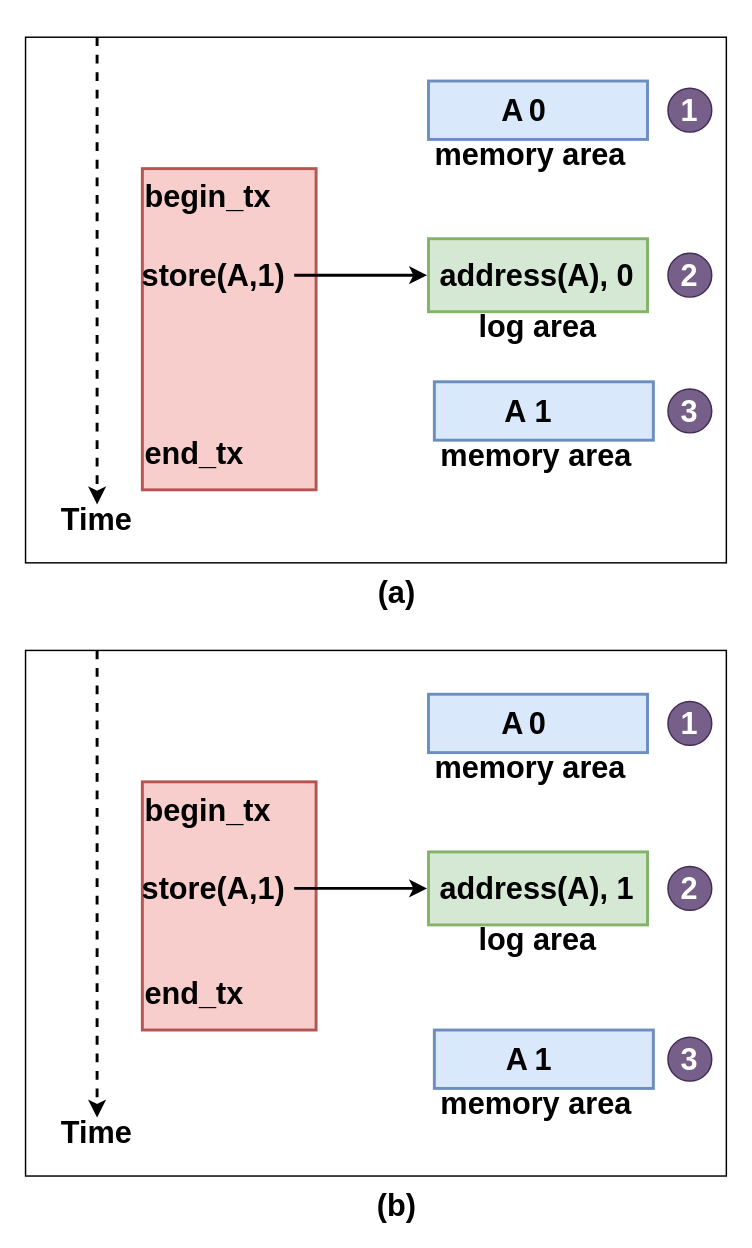
Before: system_diagram.drawio in arunkp1986/CAR3S, a draw.io diagram. Source tidied: cells renumbered, new cells numbered last; positions are measured from the earlier drawing's top-left corner, leaving out a move shared by most shapes. Both pictures are drawn from the tidied source at 146%, with x=0, y=0 at pixel (25, 36).
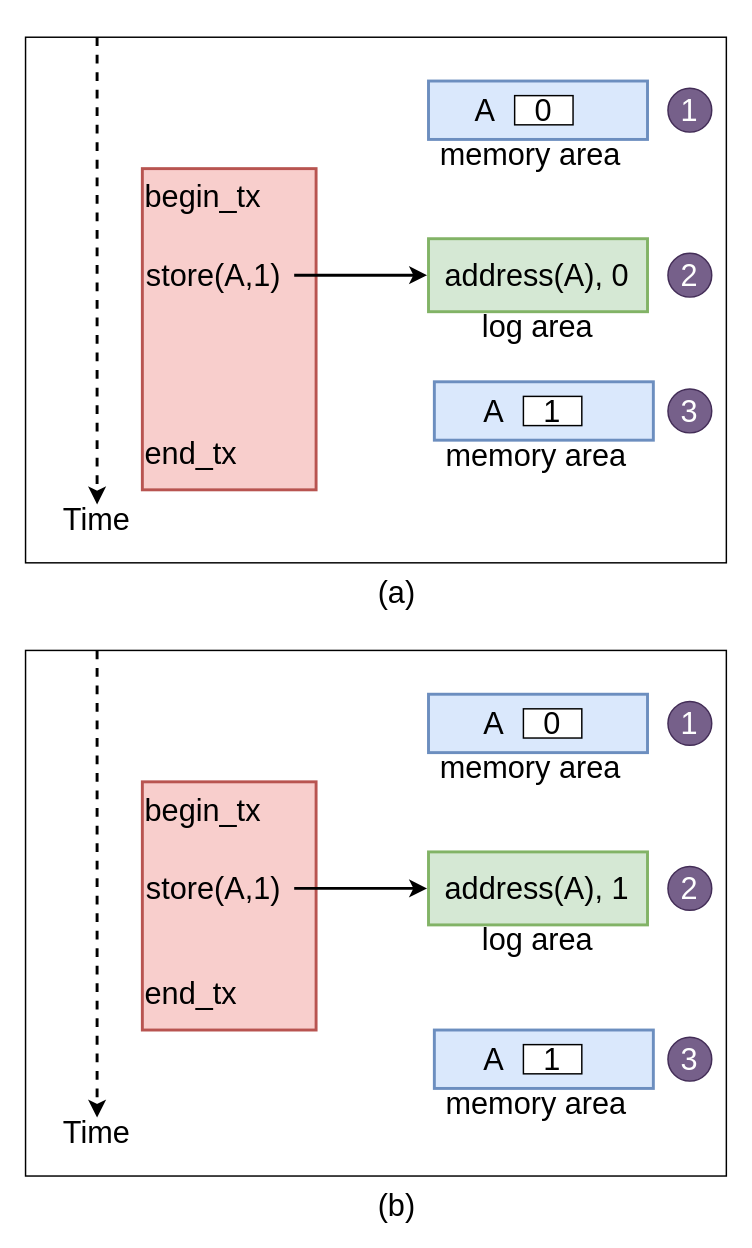
After the change.

Diff of the diagram source:
```diff
@@
-    <mxCell id="2" style="rounded=0;whiteSpace=wrap;html=1;fontSize=21;fontColor=#000000;align=left;fillColor=#FFFFFF;" parent="1" vertex="1">
+    <mxCell id="2" style="rounded=0;whiteSpace=wrap;html=1;fontSize=21;fontColor=#000000;align=left;fillColor=#FFFFFF;fontStyle=0;" parent="1" vertex="1">
       <mxGeometry width="480" height="360" as="geometry" />
     </mxCell>
-    <mxCell id="3" style="rounded=0;whiteSpace=wrap;html=1;fillColor=#d5e8d4;strokeColor=#82b366;strokeWidth=2;" parent="1" vertex="1">
+    <mxCell id="3" style="rounded=0;whiteSpace=wrap;html=1;fillColor=#d5e8d4;strokeColor=#82b366;strokeWidth=2;fontStyle=0;" parent="1" vertex="1">
       <mxGeometry x="276" y="138" width="150" height="50" as="geometry" />
     </mxCell>
-    <mxCell id="4" value="begin_tx&lt;br style=&quot;font-size: 21px&quot;&gt;&amp;nbsp;&lt;br&gt;&lt;br&gt;&lt;br&gt;&lt;span&gt;&lt;br&gt;&lt;br&gt;&lt;br&gt;end_tx&lt;/span&gt;" style="text;html=1;fillColor=#f8cecc;align=left;verticalAlign=top;whiteSpace=wrap;rounded=0;fontSize=21;strokeWidth=2;strokeColor=#b85450;fontStyle=1;" parent="1" vertex="1">
+    <mxCell id="4" value="begin_tx&lt;br style=&quot;font-size: 21px&quot;&gt;&amp;nbsp;&lt;br&gt;&lt;br&gt;&lt;br&gt;&lt;span&gt;&lt;br&gt;&lt;br&gt;&lt;br&gt;end_tx&lt;/span&gt;" style="text;html=1;fillColor=#f8cecc;align=left;verticalAlign=top;whiteSpace=wrap;rounded=0;fontSize=21;strokeWidth=2;strokeColor=#b85450;fontStyle=0;" parent="1" vertex="1">
       <mxGeometry x="80" y="90" width="119" height="220" as="geometry" />
     </mxCell>
-    <mxCell id="5" value="memory area" style="text;html=1;strokeColor=none;fillColor=none;align=center;verticalAlign=middle;whiteSpace=wrap;rounded=0;fontSize=21;fontStyle=1;" parent="1" vertex="1">
+    <mxCell id="5" value="memory area" style="text;html=1;strokeColor=none;fillColor=none;align=center;verticalAlign=middle;whiteSpace=wrap;rounded=0;fontSize=21;fontStyle=0;" parent="1" vertex="1">
       <mxGeometry x="276" y="70" width="140" height="20" as="geometry" />
     </mxCell>
-    <mxCell id="6" style="endArrow=classic;html=1;fontSize=21;strokeWidth=2;dashed=1;fontStyle=1;" parent="1" edge="1" target="10">
+    <mxCell id="6" style="endArrow=classic;html=1;fontSize=21;strokeWidth=2;dashed=1;fontStyle=0;" parent="1" edge="1" target="10">
       <mxGeometry relative="1" as="geometry">
         <mxPoint x="49" as="sourcePoint" />
       </mxGeometry>
     </mxCell>
-    <mxCell id="7" value="1" style="rounded=0;whiteSpace=wrap;html=1;fontSize=21;fillColor=#dae8fc;strokeColor=#6c8ebf;strokeWidth=2;fontStyle=1;" parent="1" vertex="1">
+    <mxCell id="7" style="rounded=0;whiteSpace=wrap;html=1;fontSize=21;fillColor=#dae8fc;strokeColor=#6c8ebf;strokeWidth=2;fontStyle=0;" parent="1" vertex="1">
       <mxGeometry x="280" y="236" width="150" height="40" as="geometry" />
     </mxCell>
-    <mxCell id="8" value="0" style="rounded=0;whiteSpace=wrap;html=1;fontSize=21;strokeWidth=2;fillColor=#dae8fc;strokeColor=#6c8ebf;fontStyle=1;" parent="1" vertex="1">
+    <mxCell id="8" style="rounded=0;whiteSpace=wrap;html=1;fontSize=21;strokeWidth=2;fillColor=#dae8fc;strokeColor=#6c8ebf;fontStyle=0;" parent="1" vertex="1">
       <mxGeometry x="276" y="30" width="150" height="40" as="geometry" />
     </mxCell>
-    <mxCell id="9" value="log area" style="text;html=1;strokeColor=none;fillColor=none;align=center;verticalAlign=middle;whiteSpace=wrap;rounded=0;fontSize=21;fontStyle=1;" parent="1" vertex="1">
+    <mxCell id="9" value="log area" style="text;html=1;strokeColor=none;fillColor=none;align=center;verticalAlign=middle;whiteSpace=wrap;rounded=0;fontSize=21;fontStyle=0;" parent="1" vertex="1">
       <mxGeometry x="301" y="188" width="100" height="20" as="geometry" />
     </mxCell>
-    <mxCell id="10" value="Time" style="text;html=1;strokeColor=none;fillColor=none;align=center;verticalAlign=middle;whiteSpace=wrap;rounded=0;fontSize=21;fontStyle=1;" parent="1" vertex="1">
+    <mxCell id="10" value="Time" style="text;html=1;strokeColor=none;fillColor=none;align=center;verticalAlign=middle;whiteSpace=wrap;rounded=0;fontSize=21;fontStyle=0;" parent="1" vertex="1">
       <mxGeometry x="29" y="320" width="40" height="20" as="geometry" />
     </mxCell>
-    <mxCell id="11" style="edgeStyle=orthogonalEdgeStyle;rounded=0;jettySize=auto;html=1;entryX=0;entryY=0.5;entryDx=0;entryDy=0;fontSize=21;fontColor=#000000;strokeWidth=2;" parent="1" edge="1" source="12" target="14">
+    <mxCell id="11" style="edgeStyle=orthogonalEdgeStyle;rounded=0;jettySize=auto;html=1;entryX=0;entryY=0.5;entryDx=0;entryDy=0;fontSize=21;fontColor=#000000;strokeWidth=2;fontStyle=0;" parent="1" edge="1" source="12" target="14">
       <mxGeometry relative="1" as="geometry" />
     </mxCell>
-    <mxCell id="12" value="store(A,1)" style="text;html=1;strokeColor=none;fillColor=none;align=center;verticalAlign=middle;whiteSpace=wrap;rounded=0;fontSize=21;fontStyle=1;" parent="1" vertex="1">
+    <mxCell id="12" value="store(A,1)" style="text;html=1;strokeColor=none;fillColor=none;align=center;verticalAlign=middle;whiteSpace=wrap;rounded=0;fontSize=21;fontStyle=0;" parent="1" vertex="1">
       <mxGeometry x="74" y="153" width="110" height="20" as="geometry" />
     </mxCell>
-    <mxCell id="13" value="(a)" style="text;html=1;strokeColor=none;fillColor=none;align=center;verticalAlign=middle;whiteSpace=wrap;rounded=0;fontSize=21;fontStyle=1;" parent="1" vertex="1">
+    <mxCell id="13" value="(a)" style="text;html=1;strokeColor=none;fillColor=none;align=center;verticalAlign=middle;whiteSpace=wrap;rounded=0;fontSize=21;fontStyle=0;" parent="1" vertex="1">
       <mxGeometry x="179" y="370" width="151" height="20" as="geometry" />
     </mxCell>
-    <mxCell id="14" value="address(A), 0" style="text;html=1;strokeColor=none;fillColor=none;align=center;verticalAlign=middle;whiteSpace=wrap;rounded=0;fontSize=21;fontStyle=1;" parent="1" vertex="1">
+    <mxCell id="14" value="address(A), 0" style="text;html=1;strokeColor=none;fillColor=none;align=center;verticalAlign=middle;whiteSpace=wrap;rounded=0;fontSize=21;fontStyle=0;" parent="1" vertex="1">
       <mxGeometry x="275" y="153" width="151" height="20" as="geometry" />
     </mxCell>
-    <mxCell id="15" value="memory area" style="text;html=1;strokeColor=none;fillColor=none;align=center;verticalAlign=middle;whiteSpace=wrap;rounded=0;fontSize=21;fontStyle=1;" parent="1" vertex="1">
+    <mxCell id="15" value="memory area" style="text;html=1;strokeColor=none;fillColor=none;align=center;verticalAlign=middle;whiteSpace=wrap;rounded=0;fontSize=21;fontStyle=0;" parent="1" vertex="1">
       <mxGeometry x="280" y="276" width="140" height="20" as="geometry" />
     </mxCell>
-    <mxCell id="16" value="A" style="text;html=1;strokeColor=none;fillColor=none;align=center;verticalAlign=middle;whiteSpace=wrap;rounded=0;fontSize=21;fontColor=#000000;fontStyle=1;" parent="1" vertex="1">
-      <mxGeometry x="314" y="40" width="40" height="20" as="geometry" />
+    <mxCell id="16" value="A" style="text;html=1;strokeColor=none;fillColor=none;align=center;verticalAlign=middle;whiteSpace=wrap;rounded=0;fontSize=21;fontColor=#000000;fontStyle=0;" parent="1" vertex="1">
+      <mxGeometry x="295" y="40" width="40" height="20" as="geometry" />
     </mxCell>
-    <mxCell id="17" value="A" style="text;html=1;strokeColor=none;fillColor=none;align=center;verticalAlign=middle;whiteSpace=wrap;rounded=0;fontSize=21;fontColor=#000000;fontStyle=1;" parent="1" vertex="1">
-      <mxGeometry x="316" y="246" width="40" height="20" as="geometry" />
-    </mxCell>
-    <mxCell id="18" value="3" style="ellipse;whiteSpace=wrap;html=1;fontSize=21;fontColor=#ffffff;fillColor=#76608a;align=center;fontStyle=1;strokeColor=#432D57;" parent="1" vertex="1">
+    <mxCell id="18" value="3" style="ellipse;whiteSpace=wrap;html=1;fontSize=21;fontColor=#ffffff;fillColor=#76608a;align=center;fontStyle=0;strokeColor=#432D57;" parent="1" vertex="1">
       <mxGeometry x="440" y="241" width="30" height="30" as="geometry" />
     </mxCell>
-    <mxCell id="19" value="2" style="ellipse;whiteSpace=wrap;html=1;fontSize=21;fontColor=#ffffff;fillColor=#76608a;align=center;fontStyle=1;strokeColor=#432D57;" parent="1" vertex="1">
+    <mxCell id="19" value="2" style="ellipse;whiteSpace=wrap;html=1;fontSize=21;fontColor=#ffffff;fillColor=#76608a;align=center;fontStyle=0;strokeColor=#432D57;" parent="1" vertex="1">
       <mxGeometry x="440" y="148" width="30" height="30" as="geometry" />
     </mxCell>
-    <mxCell id="20" value="1" style="ellipse;whiteSpace=wrap;html=1;fontSize=21;fontColor=#ffffff;fillColor=#76608a;align=center;fontStyle=1;strokeColor=#432D57;" parent="1" vertex="1">
+    <mxCell id="20" value="1" style="ellipse;whiteSpace=wrap;html=1;fontSize=21;fontColor=#ffffff;fillColor=#76608a;align=center;fontStyle=0;strokeColor=#432D57;" parent="1" vertex="1">
       <mxGeometry x="440" y="35" width="30" height="30" as="geometry" />
     </mxCell>
-    <mxCell id="21" style="rounded=0;whiteSpace=wrap;html=1;fontSize=21;fontColor=#000000;align=left;fillColor=#FFFFFF;" parent="1" vertex="1">
+    <mxCell id="21" style="rounded=0;whiteSpace=wrap;html=1;fontSize=21;fontColor=#000000;align=left;fillColor=#FFFFFF;fontStyle=0;" parent="1" vertex="1">
       <mxGeometry y="420" width="480" height="360" as="geometry" />
     </mxCell>
-    <mxCell id="22" style="rounded=0;whiteSpace=wrap;html=1;fillColor=#d5e8d4;strokeColor=#82b366;strokeWidth=2;" parent="1" vertex="1">
+    <mxCell id="22" style="rounded=0;whiteSpace=wrap;html=1;fillColor=#d5e8d4;strokeColor=#82b366;strokeWidth=2;fontStyle=0;" parent="1" vertex="1">
       <mxGeometry x="276" y="558" width="150" height="50" as="geometry" />
     </mxCell>
-    <mxCell id="23" value="begin_tx&lt;br style=&quot;font-size: 21px&quot;&gt;&amp;nbsp;&lt;br&gt;&lt;br&gt;&lt;br&gt;&lt;br&gt;&lt;span&gt;end_tx&lt;/span&gt;" style="text;html=1;fillColor=#f8cecc;align=left;verticalAlign=top;whiteSpace=wrap;rounded=0;fontSize=21;strokeWidth=2;strokeColor=#b85450;fontStyle=1;" parent="1" vertex="1">
+    <mxCell id="23" value="begin_tx&lt;br style=&quot;font-size: 21px&quot;&gt;&amp;nbsp;&lt;br&gt;&lt;br&gt;&lt;br&gt;&lt;br&gt;&lt;span&gt;end_tx&lt;/span&gt;" style="text;html=1;fillColor=#f8cecc;align=left;verticalAlign=top;whiteSpace=wrap;rounded=0;fontSize=21;strokeWidth=2;strokeColor=#b85450;fontStyle=0;" parent="1" vertex="1">
       <mxGeometry x="80" y="510" width="119" height="170" as="geometry" />
     </mxCell>
-    <mxCell id="24" value="memory area" style="text;html=1;strokeColor=none;fillColor=none;align=center;verticalAlign=middle;whiteSpace=wrap;rounded=0;fontSize=21;fontStyle=1;" parent="1" vertex="1">
+    <mxCell id="24" value="memory area" style="text;html=1;strokeColor=none;fillColor=none;align=center;verticalAlign=middle;whiteSpace=wrap;rounded=0;fontSize=21;fontStyle=0;" parent="1" vertex="1">
       <mxGeometry x="276" y="490" width="140" height="20" as="geometry" />
     </mxCell>
-    <mxCell id="25" style="endArrow=classic;html=1;fontSize=21;strokeWidth=2;dashed=1;fontStyle=1;" parent="1" edge="1" target="29">
+    <mxCell id="25" style="endArrow=classic;html=1;fontSize=21;strokeWidth=2;dashed=1;fontStyle=0;" parent="1" edge="1" target="29">
       <mxGeometry relative="1" as="geometry">
         <mxPoint x="49" y="420" as="sourcePoint" />
       </mxGeometry>
     </mxCell>
-    <mxCell id="26" value="1" style="rounded=0;whiteSpace=wrap;html=1;fontSize=21;fillColor=#dae8fc;strokeColor=#6c8ebf;strokeWidth=2;fontStyle=1;" parent="1" vertex="1">
+    <mxCell id="26" style="rounded=0;whiteSpace=wrap;html=1;fontSize=21;fillColor=#dae8fc;strokeColor=#6c8ebf;strokeWidth=2;fontStyle=0;" parent="1" vertex="1">
       <mxGeometry x="280" y="680" width="150" height="40" as="geometry" />
     </mxCell>
-    <mxCell id="27" value="0" style="rounded=0;whiteSpace=wrap;html=1;fontSize=21;strokeWidth=2;fillColor=#dae8fc;strokeColor=#6c8ebf;fontStyle=1;" parent="1" vertex="1">
+    <mxCell id="27" style="rounded=0;whiteSpace=wrap;html=1;fontSize=21;strokeWidth=2;fillColor=#dae8fc;strokeColor=#6c8ebf;fontStyle=0;" parent="1" vertex="1">
       <mxGeometry x="276" y="450" width="150" height="40" as="geometry" />
     </mxCell>
-    <mxCell id="28" value="log area" style="text;html=1;strokeColor=none;fillColor=none;align=center;verticalAlign=middle;whiteSpace=wrap;rounded=0;fontSize=21;fontStyle=1;" parent="1" vertex="1">
+    <mxCell id="28" value="log area" style="text;html=1;strokeColor=none;fillColor=none;align=center;verticalAlign=middle;whiteSpace=wrap;rounded=0;fontSize=21;fontStyle=0;" parent="1" vertex="1">
       <mxGeometry x="301" y="608" width="100" height="20" as="geometry" />
     </mxCell>
-    <mxCell id="29" value="Time" style="text;html=1;strokeColor=none;fillColor=none;align=center;verticalAlign=middle;whiteSpace=wrap;rounded=0;fontSize=21;fontStyle=1;" parent="1" vertex="1">
+    <mxCell id="29" value="Time" style="text;html=1;strokeColor=none;fillColor=none;align=center;verticalAlign=middle;whiteSpace=wrap;rounded=0;fontSize=21;fontStyle=0;" parent="1" vertex="1">
       <mxGeometry x="29" y="740" width="40" height="20" as="geometry" />
     </mxCell>
-    <mxCell id="30" style="edgeStyle=orthogonalEdgeStyle;rounded=0;jettySize=auto;html=1;entryX=0;entryY=0.5;entryDx=0;entryDy=0;fontSize=21;fontColor=#000000;strokeWidth=2;" parent="1" edge="1" source="31" target="33">
+    <mxCell id="30" style="edgeStyle=orthogonalEdgeStyle;rounded=0;jettySize=auto;html=1;entryX=0;entryY=0.5;entryDx=0;entryDy=0;fontSize=21;fontColor=#000000;strokeWidth=2;fontStyle=0;" parent="1" edge="1" source="31" target="33">
       <mxGeometry relative="1" as="geometry" />
     </mxCell>
-    <mxCell id="31" value="store(A,1)" style="text;html=1;strokeColor=none;fillColor=none;align=center;verticalAlign=middle;whiteSpace=wrap;rounded=0;fontSize=21;fontStyle=1;" parent="1" vertex="1">
+    <mxCell id="31" value="store(A,1)" style="text;html=1;strokeColor=none;fillColor=none;align=center;verticalAlign=middle;whiteSpace=wrap;rounded=0;fontSize=21;fontStyle=0;" parent="1" vertex="1">
       <mxGeometry x="74" y="573" width="110" height="20" as="geometry" />
     </mxCell>
-    <mxCell id="32" value="(b)" style="text;html=1;strokeColor=none;fillColor=none;align=center;verticalAlign=middle;whiteSpace=wrap;rounded=0;fontSize=21;fontStyle=1;" parent="1" vertex="1">
+    <mxCell id="32" value="(b)" style="text;html=1;strokeColor=none;fillColor=none;align=center;verticalAlign=middle;whiteSpace=wrap;rounded=0;fontSize=21;fontStyle=0;" parent="1" vertex="1">
       <mxGeometry x="179" y="790" width="151" height="20" as="geometry" />
     </mxCell>
-    <mxCell id="33" value="address(A), 1" style="text;html=1;strokeColor=none;fillColor=none;align=center;verticalAlign=middle;whiteSpace=wrap;rounded=0;fontSize=21;fontStyle=1;" parent="1" vertex="1">
+    <mxCell id="33" value="address(A), 1" style="text;html=1;strokeColor=none;fillColor=none;align=center;verticalAlign=middle;whiteSpace=wrap;rounded=0;fontSize=21;fontStyle=0;" parent="1" vertex="1">
       <mxGeometry x="275" y="573" width="151" height="20" as="geometry" />
     </mxCell>
-    <mxCell id="34" value="memory area" style="text;html=1;strokeColor=none;fillColor=none;align=center;verticalAlign=middle;whiteSpace=wrap;rounded=0;fontSize=21;fontStyle=1;" parent="1" vertex="1">
+    <mxCell id="34" value="memory area" style="text;html=1;strokeColor=none;fillColor=none;align=center;verticalAlign=middle;whiteSpace=wrap;rounded=0;fontSize=21;fontStyle=0;" parent="1" vertex="1">
       <mxGeometry x="280" y="720" width="140" height="20" as="geometry" />
     </mxCell>
-    <mxCell id="35" value="A" style="text;html=1;strokeColor=none;fillColor=none;align=center;verticalAlign=middle;whiteSpace=wrap;rounded=0;fontSize=21;fontColor=#000000;fontStyle=1;" parent="1" vertex="1">
-      <mxGeometry x="314" y="460" width="40" height="20" as="geometry" />
-    </mxCell>
-    <mxCell id="36" value="A" style="text;html=1;strokeColor=none;fillColor=none;align=center;verticalAlign=middle;whiteSpace=wrap;rounded=0;fontSize=21;fontColor=#000000;fontStyle=1;" parent="1" vertex="1">
-      <mxGeometry x="317" y="690" width="40" height="20" as="geometry" />
-    </mxCell>
-    <mxCell id="37" value="3" style="ellipse;whiteSpace=wrap;html=1;fontSize=21;fontColor=#ffffff;fillColor=#76608a;align=center;fontStyle=1;strokeColor=#432D57;" parent="1" vertex="1">
+    <mxCell id="37" value="3" style="ellipse;whiteSpace=wrap;html=1;fontSize=21;fontColor=#ffffff;fillColor=#76608a;align=center;fontStyle=0;strokeColor=#432D57;" parent="1" vertex="1">
       <mxGeometry x="440" y="685" width="30" height="30" as="geometry" />
     </mxCell>
-    <mxCell id="38" value="2" style="ellipse;whiteSpace=wrap;html=1;fontSize=21;fontColor=#ffffff;fillColor=#76608a;align=center;fontStyle=1;strokeColor=#432D57;" parent="1" vertex="1">
+    <mxCell id="38" value="2" style="ellipse;whiteSpace=wrap;html=1;fontSize=21;fontColor=#ffffff;fillColor=#76608a;align=center;fontStyle=0;strokeColor=#432D57;" parent="1" vertex="1">
       <mxGeometry x="440" y="568" width="30" height="30" as="geometry" />
     </mxCell>
-    <mxCell id="39" value="1" style="ellipse;whiteSpace=wrap;html=1;fontSize=21;fontColor=#ffffff;fillColor=#76608a;align=center;fontStyle=1;strokeColor=#432D57;" parent="1" vertex="1">
+    <mxCell id="39" value="1" style="ellipse;whiteSpace=wrap;html=1;fontSize=21;fontColor=#ffffff;fillColor=#76608a;align=center;fontStyle=0;strokeColor=#432D57;" parent="1" vertex="1">
       <mxGeometry x="440" y="455" width="30" height="30" as="geometry" />
     </mxCell>
+    <mxCell id="40" value="0" style="rounded=0;whiteSpace=wrap;html=1;fontSize=21;fontColor=#000000;fillColor=#FFFFFF;align=center;fontStyle=0;" parent="1" vertex="1">
+      <mxGeometry x="335" y="40" width="40" height="20" as="geometry" />
+    </mxCell>
+    <mxCell id="41" value="1" style="rounded=0;whiteSpace=wrap;html=1;fontSize=21;fontColor=#000000;fillColor=#FFFFFF;align=center;fontStyle=0;" parent="1" vertex="1">
+      <mxGeometry x="341" y="246" width="40" height="20" as="geometry" />
+    </mxCell>
+    <mxCell id="42" value="A" style="text;html=1;strokeColor=none;fillColor=none;align=center;verticalAlign=middle;whiteSpace=wrap;rounded=0;fontSize=21;fontColor=#000000;fontStyle=0;" parent="1" vertex="1">
+      <mxGeometry x="301" y="246" width="40" height="20" as="geometry" />
+    </mxCell>
+    <mxCell id="43" value="0" style="rounded=0;whiteSpace=wrap;html=1;fontSize=21;fontColor=#000000;fillColor=#FFFFFF;align=center;fontStyle=0;" parent="1" vertex="1">
+      <mxGeometry x="341" y="460" width="40" height="20" as="geometry" />
+    </mxCell>
+    <mxCell id="44" value="A" style="text;html=1;strokeColor=none;fillColor=none;align=center;verticalAlign=middle;whiteSpace=wrap;rounded=0;fontSize=21;fontColor=#000000;fontStyle=0;" parent="1" vertex="1">
+      <mxGeometry x="301" y="460" width="40" height="20" as="geometry" />
+    </mxCell>
+    <mxCell id="45" value="A" style="text;html=1;strokeColor=none;fillColor=none;align=center;verticalAlign=middle;whiteSpace=wrap;rounded=0;fontSize=21;fontColor=#000000;fontStyle=0;" parent="1" vertex="1">
+      <mxGeometry x="301" y="690" width="40" height="20" as="geometry" />
+    </mxCell>
+    <mxCell id="46" value="1" style="rounded=0;whiteSpace=wrap;html=1;fontSize=21;fontColor=#000000;fillColor=#FFFFFF;align=center;fontStyle=0;" parent="1" vertex="1">
+      <mxGeometry x="341" y="690" width="40" height="20" as="geometry" />
+    </mxCell>
```
